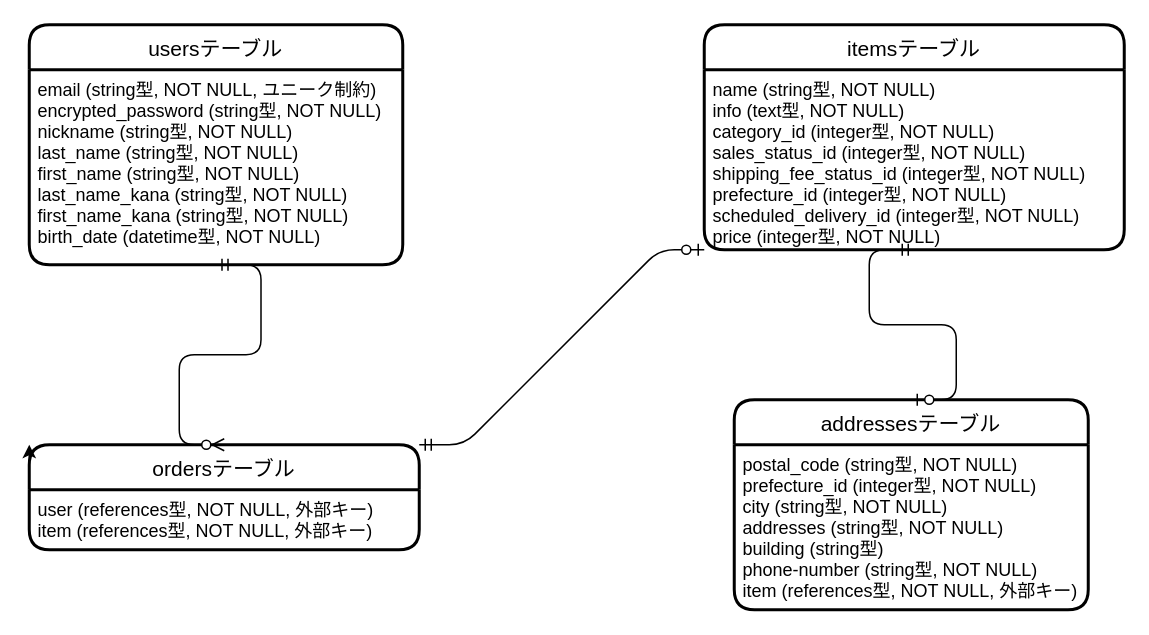
Earlier version of the draw.io diagram application.dio (kanieksuke/furima-37215). Source tidied: cells renumbered, new cells numbered last; positions are measured from the earlier drawing's top-left corner, leaving out a move shared by most shapes. Both pictures are drawn from the tidied source at 150%, with x=0, y=0 at pixel (28, 24).
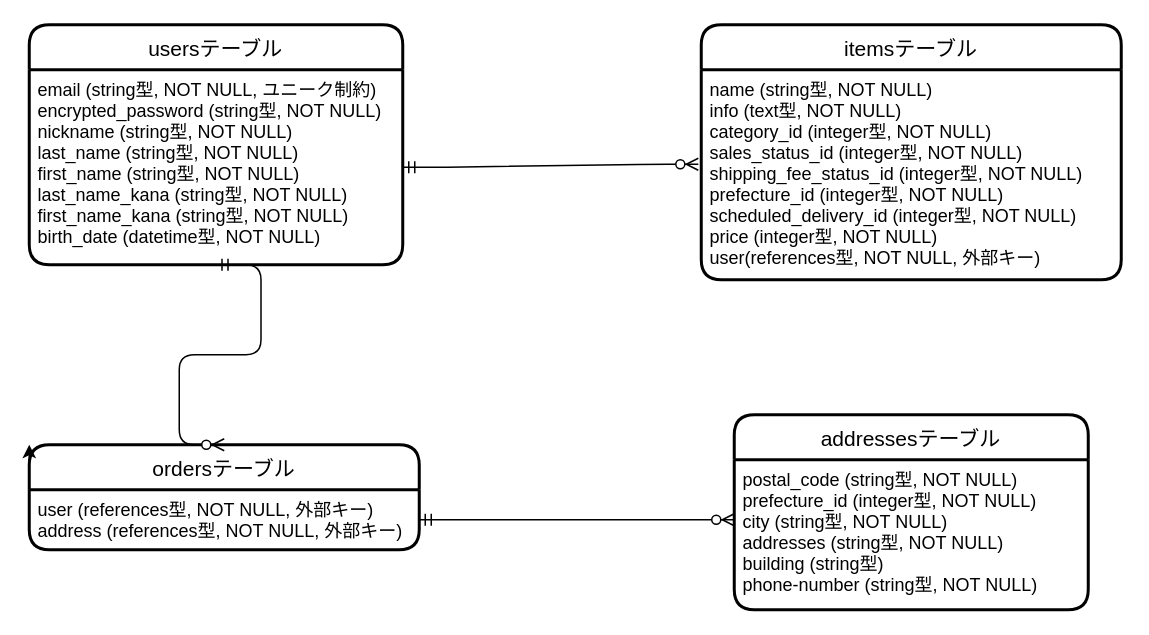
The same page after the edit.

Commit message (it also covers changes not shown here):
データベース設計（修正02）

Diff of the diagram source:
```diff
@@
 <mxGraphModel>
   <root>
     <mxCell id="0" />
     <mxCell id="1" parent="0" />
     <mxCell id="2" value="usersテーブル" style="swimlane;horizontal=1;startSize=30;rounded=1;fontSize=14;fontStyle=0;strokeWidth=2;shadow=0;dashed=0;align=center;" parent="1" vertex="1">
       <mxGeometry width="249" height="160" as="geometry" />
     </mxCell>
     <mxCell id="3" value="email (string型, NOT NULL, ユニーク制約)&#10;encrypted_password (string型, NOT NULL)&#10;nickname (string型, NOT NULL)&#10;last_name (string型, NOT NULL)&#10;first_name (string型, NOT NULL)&#10;last_name_kana (string型, NOT NULL)&#10;first_name_kana (string型, NOT NULL)&#10;birth_date (datetime型, NOT NULL)" style="align=left;strokeColor=none;fillColor=none;spacingLeft=4;fontSize=12;verticalAlign=top;" parent="2" vertex="1">
       <mxGeometry y="30" width="249" height="130" as="geometry" />
     </mxCell>
     <mxCell id="4" value="itemsテーブル" style="swimlane;horizontal=1;startSize=30;rounded=1;fontSize=14;fontStyle=0;strokeWidth=2;shadow=0;dashed=0;align=center;" parent="1" vertex="1">
-      <mxGeometry x="450" width="280" height="150" as="geometry" />
+      <mxGeometry x="448" width="280" height="170" as="geometry" />
     </mxCell>
-    <mxCell id="5" value="name (string型, NOT NULL)&#10;info (text型, NOT NULL)&#10;category_id (integer型, NOT NULL)&#10;sales_status_id (integer型, NOT NULL)&#10;shipping_fee_status_id (integer型, NOT NULL)&#10;prefecture_id (integer型, NOT NULL)&#10;scheduled_delivery_id (integer型, NOT NULL)&#10;price (integer型, NOT NULL)" style="align=left;strokeColor=none;fillColor=none;spacingLeft=4;fontSize=12;verticalAlign=top;" parent="4" vertex="1">
-      <mxGeometry y="30" width="280" height="120" as="geometry" />
+    <mxCell id="5" value="name (string型, NOT NULL)&#10;info (text型, NOT NULL)&#10;category_id (integer型, NOT NULL)&#10;sales_status_id (integer型, NOT NULL)&#10;shipping_fee_status_id (integer型, NOT NULL)&#10;prefecture_id (integer型, NOT NULL)&#10;scheduled_delivery_id (integer型, NOT NULL)&#10;price (integer型, NOT NULL)&#10;user(references型, NOT NULL, 外部キー)" style="align=left;strokeColor=none;fillColor=none;spacingLeft=4;fontSize=12;verticalAlign=top;" parent="4" vertex="1">
+      <mxGeometry y="30" width="280" height="140" as="geometry" />
     </mxCell>
     <mxCell id="6" value="addressesテーブル" style="swimlane;horizontal=1;startSize=30;rounded=1;fontSize=14;fontStyle=0;strokeWidth=2;shadow=0;dashed=0;align=center;" parent="1" vertex="1">
-      <mxGeometry x="470" y="250" width="236" height="140" as="geometry" />
+      <mxGeometry x="470" y="260" width="236" height="130" as="geometry" />
     </mxCell>
-    <mxCell id="7" value="postal_code (string型, NOT NULL)&#10;prefecture_id (integer型, NOT NULL)&#10;city (string型, NOT NULL)&#10;addresses (string型, NOT NULL)&#10;building (string型)&#10;phone-number (string型, NOT NULL)&#10;item (references型, NOT NULL, 外部キー)&#10;" style="align=left;strokeColor=none;fillColor=none;spacingLeft=4;fontSize=12;verticalAlign=top;" parent="6" vertex="1">
-      <mxGeometry y="30" width="236" height="110" as="geometry" />
+    <mxCell id="7" value="postal_code (string型, NOT NULL)&#10;prefecture_id (integer型, NOT NULL)&#10;city (string型, NOT NULL)&#10;addresses (string型, NOT NULL)&#10;building (string型)&#10;phone-number (string型, NOT NULL)&#10;" style="align=left;strokeColor=none;fillColor=none;spacingLeft=4;fontSize=12;verticalAlign=top;" parent="6" vertex="1">
+      <mxGeometry y="30" width="236" height="100" as="geometry" />
     </mxCell>
     <mxCell id="8" value="ordersテーブル" style="swimlane;horizontal=1;startSize=30;rounded=1;fontSize=14;fontStyle=0;strokeWidth=2;shadow=0;dashed=0;align=center;" parent="1" vertex="1">
       <mxGeometry y="280" width="260" height="70" as="geometry" />
     </mxCell>
     <mxCell id="9" style="edgeStyle=none;html=1;exitX=0;exitY=0.25;exitDx=0;exitDy=0;entryX=0;entryY=0;entryDx=0;entryDy=0;" parent="8" edge="1" source="10" target="8">
       <mxGeometry relative="1" as="geometry" />
     </mxCell>
-    <mxCell id="10" value="user (references型, NOT NULL, 外部キー)&#10;item (references型, NOT NULL, 外部キー)" style="align=left;strokeColor=none;fillColor=none;spacingLeft=4;fontSize=12;verticalAlign=top;" parent="8" vertex="1">
+    <mxCell id="10" value="user (references型, NOT NULL, 外部キー)&#10;address (references型, NOT NULL, 外部キー)" style="align=left;strokeColor=none;fillColor=none;spacingLeft=4;fontSize=12;verticalAlign=top;" parent="8" vertex="1">
       <mxGeometry y="30" width="260" height="40" as="geometry" />
     </mxCell>
-    <mxCell id="11" style="edgeStyle=entityRelationEdgeStyle;fontSize=12;html=1;endArrow=ERzeroToOne;startArrow=ERmandOne;exitX=0.5;exitY=1;exitDx=0;exitDy=0;entryX=0.5;entryY=0;entryDx=0;entryDy=0;" parent="1" edge="1" source="5" target="6">
-      <mxGeometry relative="1" as="geometry" />
-    </mxCell>
-    <mxCell id="12" style="edgeStyle=entityRelationEdgeStyle;fontSize=12;html=1;endArrow=ERzeroToOne;startArrow=ERmandOne;exitX=1;exitY=0;exitDx=0;exitDy=0;entryX=0;entryY=1;entryDx=0;entryDy=0;" parent="1" edge="1" source="8" target="5">
-      <mxGeometry relative="1" as="geometry" />
-    </mxCell>
     <mxCell id="13" style="edgeStyle=entityRelationEdgeStyle;fontSize=12;html=1;endArrow=ERzeroToMany;startArrow=ERmandOne;exitX=0.5;exitY=1;exitDx=0;exitDy=0;entryX=0.5;entryY=0;entryDx=0;entryDy=0;" parent="1" edge="1" source="3" target="8">
       <mxGeometry relative="1" as="geometry" />
     </mxCell>
+    <mxCell id="14" style="edgeStyle=entityRelationEdgeStyle;fontSize=12;html=1;endArrow=ERzeroToMany;startArrow=ERmandOne;exitX=1;exitY=0.5;exitDx=0;exitDy=0;entryX=-0.007;entryY=0.45;entryDx=0;entryDy=0;entryPerimeter=0;" parent="1" edge="1" source="3" target="5">
+      <mxGeometry relative="1" as="geometry" />
+    </mxCell>
+    <mxCell id="15" style="edgeStyle=entityRelationEdgeStyle;fontSize=12;html=1;endArrow=ERzeroToMany;startArrow=ERmandOne;exitX=1;exitY=0.5;exitDx=0;exitDy=0;entryX=0;entryY=0.4;entryDx=0;entryDy=0;entryPerimeter=0;" parent="1" edge="1" source="10" target="7">
+      <mxGeometry relative="1" as="geometry" />
+    </mxCell>
   </root>
 </mxGraphModel>
```
